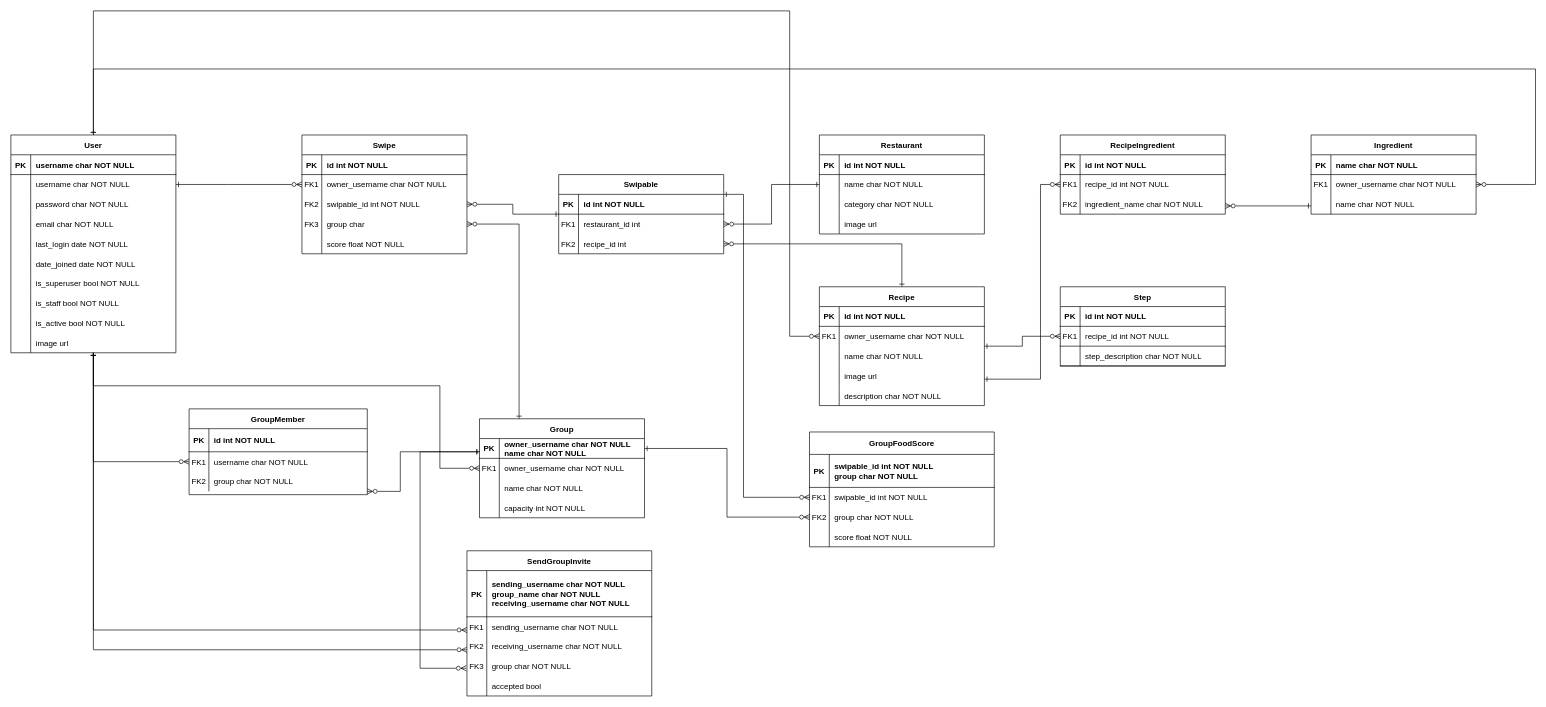
This is grubflow-db.drawio from grubflow/diagrams, a draw.io file, before an edit. Source tidied: cells renumbered, new cells numbered last; positions are measured from the earlier drawing's top-left corner, leaving out a move shared by most shapes. Both pictures are drawn from the tidied source at 66%, with x=0, y=0 at pixel (11, 11).
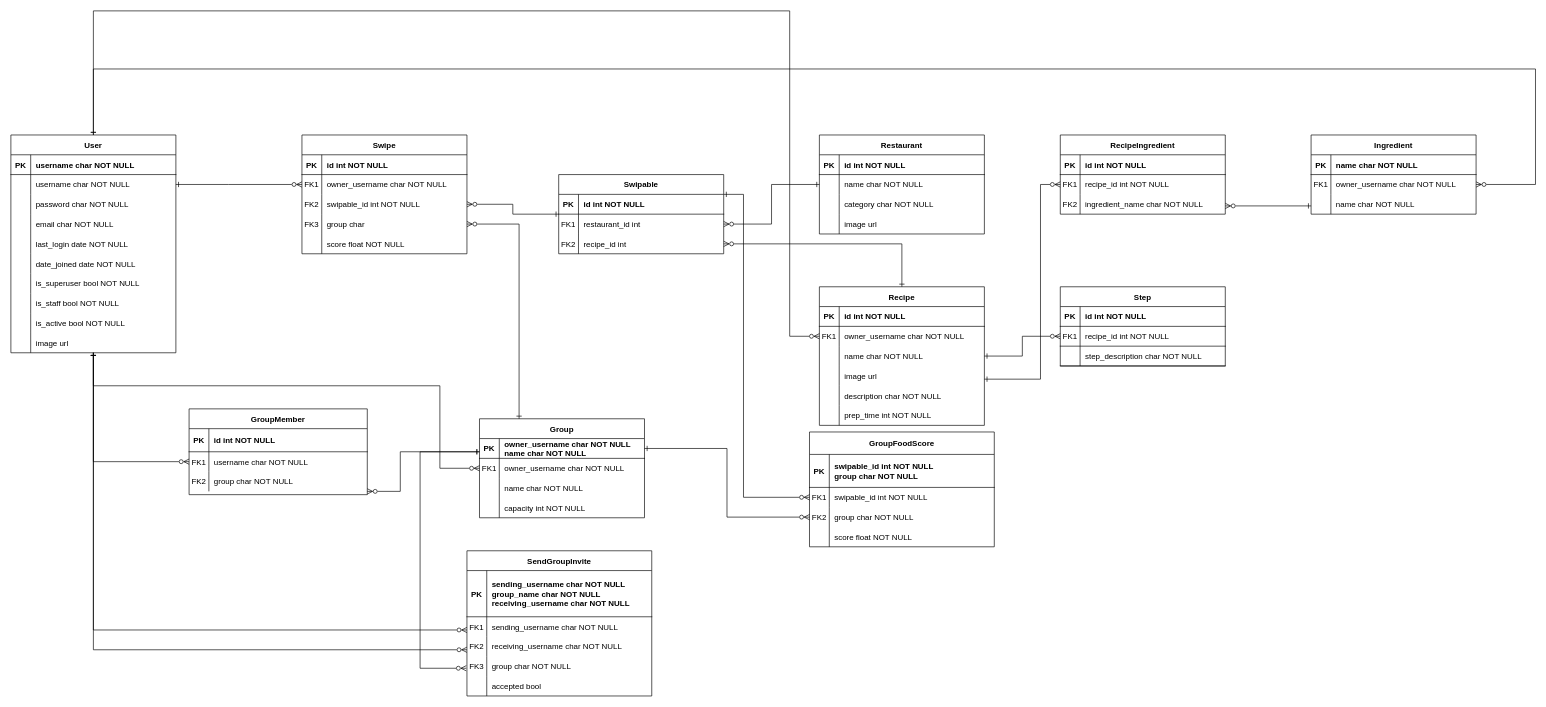
Above is the later version.

Commit message:
add prep time to recipe

Diff of the diagram source:
```diff
@@
     <mxCell id="131" value="Recipe" style="shape=table;startSize=30;childLayout=tableLayout;rowLines=0;fontStyle=1;align=center;gradientColor=none;" parent="1" vertex="1">
-      <mxGeometry x="1225" y="418" width="250" height="180" as="geometry" />
+      <mxGeometry x="1225" y="418" width="250" height="210" as="geometry" />
     </mxCell>
@@
+    <mxCell id="192" style="shape=partialRectangle;fillColor=none;top=0;left=0;right=0;bottom=0;" parent="131" vertex="1">
+      <mxGeometry y="180" width="250" height="30" as="geometry" />
+    </mxCell>
+    <mxCell id="193" style="shape=partialRectangle;overflow=hidden;fillColor=none;top=0;left=0;bottom=0;right=0;" parent="192" vertex="1">
+      <mxGeometry width="30" height="30" as="geometry" />
+    </mxCell>
+    <mxCell id="194" value="prep_time int NOT NULL" style="shape=partialRectangle;overflow=hidden;fillColor=none;top=0;left=0;bottom=0;right=0;align=left;spacingLeft=6;" parent="192" vertex="1">
+      <mxGeometry x="30" width="220" height="30" as="geometry" />
+    </mxCell>
```
